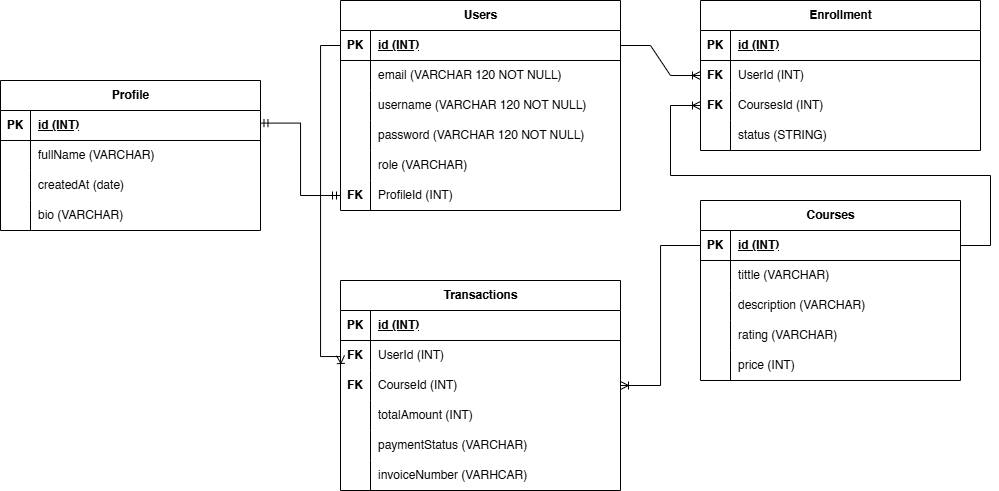
NabhanRI/pair-project keeps this draw.io diagram as ERD.drawio.png. Above is the earlier version. Source tidied: cells renumbered, new cells last; positions are measured from the earlier drawing's top-left corner, leaving out a move shared by most shapes. Source of this version:
```xml
<mxGraphModel>
  <root>
    <mxCell id="0" />
    <mxCell id="1" parent="0" />
    <mxCell id="2" value="Users" style="shape=table;startSize=30;rowLines=0;fontStyle=1;align=center;html=1;" parent="1" vertex="1">
      <mxGeometry x="340" width="280" height="210" as="geometry" />
    </mxCell>
    <mxCell id="3" style="shape=tableRow;horizontal=0;startSize=0;swimlaneHead=0;swimlaneBody=0;fillColor=none;points=[[0,0.5],[1,0.5]];portConstraint=eastwest;top=0;left=0;right=0;bottom=1;" parent="2" vertex="1">
      <mxGeometry y="30" width="280" height="30" as="geometry" />
    </mxCell>
    <mxCell id="4" value="PK" style="shape=partialRectangle;fillColor=none;top=0;left=0;bottom=0;right=0;fontStyle=1;overflow=hidden;whiteSpace=wrap;html=1;" parent="3" vertex="1">
      <mxGeometry width="30" height="30" as="geometry" />
    </mxCell>
    <mxCell id="5" value="id (INT)" style="shape=partialRectangle;fillColor=none;top=0;left=0;bottom=0;right=0;align=left;spacingLeft=6;fontStyle=5;overflow=hidden;whiteSpace=wrap;html=1;" parent="3" vertex="1">
      <mxGeometry x="30" width="250" height="30" as="geometry" />
    </mxCell>
    <mxCell id="6" style="shape=tableRow;horizontal=0;startSize=0;swimlaneHead=0;swimlaneBody=0;fillColor=none;top=0;left=0;right=0;bottom=0;" parent="2" vertex="1">
      <mxGeometry y="60" width="280" height="30" as="geometry" />
    </mxCell>
    <mxCell id="7" style="shape=partialRectangle;fillColor=none;top=0;left=0;bottom=0;right=0;overflow=hidden;whiteSpace=wrap;html=1;" parent="6" vertex="1">
      <mxGeometry width="30" height="30" as="geometry" />
    </mxCell>
    <mxCell id="8" value="email (VARCHAR 120 NOT NULL)" style="shape=partialRectangle;fillColor=none;top=0;left=0;bottom=0;right=0;align=left;spacingLeft=6;overflow=hidden;whiteSpace=wrap;html=1;" parent="6" vertex="1">
      <mxGeometry x="30" width="250" height="30" as="geometry" />
    </mxCell>
    <mxCell id="9" style="shape=tableRow;horizontal=0;startSize=0;swimlaneHead=0;swimlaneBody=0;fillColor=none;top=0;left=0;right=0;bottom=0;" parent="2" vertex="1">
      <mxGeometry y="90" width="280" height="30" as="geometry" />
    </mxCell>
    <mxCell id="10" style="shape=partialRectangle;fillColor=none;top=0;left=0;bottom=0;right=0;overflow=hidden;whiteSpace=wrap;html=1;" parent="9" vertex="1">
      <mxGeometry width="30" height="30" as="geometry" />
    </mxCell>
    <mxCell id="11" value="username (VARCHAR 120 NOT NULL)" style="shape=partialRectangle;fillColor=none;top=0;left=0;bottom=0;right=0;align=left;spacingLeft=6;overflow=hidden;whiteSpace=wrap;html=1;" parent="9" vertex="1">
      <mxGeometry x="30" width="250" height="30" as="geometry" />
    </mxCell>
    <mxCell id="12" style="shape=tableRow;horizontal=0;startSize=0;swimlaneHead=0;swimlaneBody=0;fillColor=none;top=0;left=0;right=0;bottom=0;" parent="2" vertex="1">
      <mxGeometry y="120" width="280" height="30" as="geometry" />
    </mxCell>
    <mxCell id="13" style="shape=partialRectangle;fillColor=none;top=0;left=0;bottom=0;right=0;overflow=hidden;whiteSpace=wrap;html=1;" parent="12" vertex="1">
      <mxGeometry width="30" height="30" as="geometry" />
    </mxCell>
    <mxCell id="14" value="password (VARCHAR 120 NOT NULL)" style="shape=partialRectangle;fillColor=none;top=0;left=0;bottom=0;right=0;align=left;spacingLeft=6;overflow=hidden;whiteSpace=wrap;html=1;" parent="12" vertex="1">
      <mxGeometry x="30" width="250" height="30" as="geometry" />
    </mxCell>
    <mxCell id="15" style="shape=tableRow;horizontal=0;startSize=0;swimlaneHead=0;swimlaneBody=0;fillColor=none;top=0;left=0;right=0;bottom=0;" parent="2" vertex="1">
      <mxGeometry y="150" width="280" height="30" as="geometry" />
    </mxCell>
    <mxCell id="16" style="shape=partialRectangle;fillColor=none;top=0;left=0;bottom=0;right=0;overflow=hidden;whiteSpace=wrap;html=1;" parent="15" vertex="1">
      <mxGeometry width="30" height="30" as="geometry" />
    </mxCell>
    <mxCell id="17" value="role (VARCHAR)" style="shape=partialRectangle;fillColor=none;top=0;left=0;bottom=0;right=0;align=left;spacingLeft=6;overflow=hidden;whiteSpace=wrap;html=1;" parent="15" vertex="1">
      <mxGeometry x="30" width="250" height="30" as="geometry" />
    </mxCell>
    <mxCell id="18" style="shape=tableRow;horizontal=0;startSize=0;swimlaneHead=0;swimlaneBody=0;fillColor=none;points=[[0,0.5],[1,0.5]];portConstraint=eastwest;top=0;left=0;right=0;bottom=0;" parent="2" vertex="1">
      <mxGeometry y="180" width="280" height="30" as="geometry" />
    </mxCell>
    <mxCell id="19" value="&lt;b&gt;FK&lt;/b&gt;" style="shape=partialRectangle;fillColor=none;top=0;left=0;bottom=0;right=0;overflow=hidden;whiteSpace=wrap;html=1;" parent="18" vertex="1">
      <mxGeometry width="30" height="30" as="geometry" />
    </mxCell>
    <mxCell id="20" value="ProfileId (INT)" style="shape=partialRectangle;fillColor=none;top=0;left=0;bottom=0;right=0;align=left;spacingLeft=6;overflow=hidden;whiteSpace=wrap;html=1;" parent="18" vertex="1">
      <mxGeometry x="30" width="250" height="30" as="geometry" />
    </mxCell>
    <mxCell id="21" value="Profile" style="shape=table;startSize=30;rowLines=0;fontStyle=1;align=center;html=1;" parent="1" vertex="1">
      <mxGeometry y="80" width="260" height="150" as="geometry" />
    </mxCell>
    <mxCell id="22" style="shape=tableRow;horizontal=0;startSize=0;swimlaneHead=0;swimlaneBody=0;fillColor=none;points=[[0,0.5],[1,0.5]];portConstraint=eastwest;top=0;left=0;right=0;bottom=1;" parent="21" vertex="1">
      <mxGeometry y="30" width="260" height="30" as="geometry" />
    </mxCell>
    <mxCell id="23" value="PK" style="shape=partialRectangle;fillColor=none;top=0;left=0;bottom=0;right=0;fontStyle=1;overflow=hidden;whiteSpace=wrap;html=1;" parent="22" vertex="1">
      <mxGeometry width="30" height="30" as="geometry" />
    </mxCell>
    <mxCell id="24" value="id (INT)" style="shape=partialRectangle;fillColor=none;top=0;left=0;bottom=0;right=0;align=left;spacingLeft=6;fontStyle=5;overflow=hidden;whiteSpace=wrap;html=1;" parent="22" vertex="1">
      <mxGeometry x="30" width="230" height="30" as="geometry" />
    </mxCell>
    <mxCell id="25" style="shape=tableRow;horizontal=0;startSize=0;swimlaneHead=0;swimlaneBody=0;fillColor=none;top=0;left=0;right=0;bottom=0;" parent="21" vertex="1">
      <mxGeometry y="60" width="260" height="30" as="geometry" />
    </mxCell>
    <mxCell id="26" style="shape=partialRectangle;fillColor=none;top=0;left=0;bottom=0;right=0;overflow=hidden;whiteSpace=wrap;html=1;" parent="25" vertex="1">
      <mxGeometry width="30" height="30" as="geometry" />
    </mxCell>
    <mxCell id="27" value="fullName (VARCHAR)" style="shape=partialRectangle;fillColor=none;top=0;left=0;bottom=0;right=0;align=left;spacingLeft=6;overflow=hidden;whiteSpace=wrap;html=1;" parent="25" vertex="1">
      <mxGeometry x="30" width="230" height="30" as="geometry" />
    </mxCell>
    <mxCell id="28" style="shape=tableRow;horizontal=0;startSize=0;swimlaneHead=0;swimlaneBody=0;fillColor=none;top=0;left=0;right=0;bottom=0;" parent="21" vertex="1">
      <mxGeometry y="90" width="260" height="30" as="geometry" />
    </mxCell>
    <mxCell id="29" style="shape=partialRectangle;fillColor=none;top=0;left=0;bottom=0;right=0;overflow=hidden;whiteSpace=wrap;html=1;" parent="28" vertex="1">
      <mxGeometry width="30" height="30" as="geometry" />
    </mxCell>
    <mxCell id="30" value="createdAt (date)" style="shape=partialRectangle;fillColor=none;top=0;left=0;bottom=0;right=0;align=left;spacingLeft=6;overflow=hidden;whiteSpace=wrap;html=1;" parent="28" vertex="1">
      <mxGeometry x="30" width="230" height="30" as="geometry" />
    </mxCell>
    <mxCell id="31" style="shape=tableRow;horizontal=0;startSize=0;swimlaneHead=0;swimlaneBody=0;fillColor=none;top=0;left=0;right=0;bottom=0;" parent="21" vertex="1">
      <mxGeometry y="120" width="260" height="30" as="geometry" />
    </mxCell>
    <mxCell id="32" style="shape=partialRectangle;fillColor=none;top=0;left=0;bottom=0;right=0;overflow=hidden;whiteSpace=wrap;html=1;" parent="31" vertex="1">
      <mxGeometry width="30" height="30" as="geometry" />
    </mxCell>
    <mxCell id="33" value="bio (VARCHAR)" style="shape=partialRectangle;fillColor=none;top=0;left=0;bottom=0;right=0;align=left;spacingLeft=6;overflow=hidden;whiteSpace=wrap;html=1;" parent="31" vertex="1">
      <mxGeometry x="30" width="230" height="30" as="geometry" />
    </mxCell>
    <mxCell id="34" style="edgeStyle=orthogonalEdgeStyle;rounded=0;jettySize=auto;html=1;endArrow=ERmandOne;endFill=0;startArrow=ERmandOne;startFill=0;entryX=0.998;entryY=0.42;entryDx=0;entryDy=0;entryPerimeter=0;" parent="1" edge="1" source="18" target="22">
      <mxGeometry relative="1" as="geometry" />
    </mxCell>
    <mxCell id="35" value="Courses" style="shape=table;startSize=30;rowLines=0;fontStyle=1;align=center;html=1;" parent="1" vertex="1">
      <mxGeometry x="700" y="200" width="260" height="180" as="geometry" />
    </mxCell>
    <mxCell id="36" style="shape=tableRow;horizontal=0;startSize=0;swimlaneHead=0;swimlaneBody=0;fillColor=none;points=[[0,0.5],[1,0.5]];portConstraint=eastwest;top=0;left=0;right=0;bottom=1;" parent="35" vertex="1">
      <mxGeometry y="30" width="260" height="30" as="geometry" />
    </mxCell>
    <mxCell id="37" value="PK" style="shape=partialRectangle;fillColor=none;top=0;left=0;bottom=0;right=0;fontStyle=1;overflow=hidden;whiteSpace=wrap;html=1;" parent="36" vertex="1">
      <mxGeometry width="30" height="30" as="geometry" />
    </mxCell>
    <mxCell id="38" value="id (INT)" style="shape=partialRectangle;fillColor=none;top=0;left=0;bottom=0;right=0;align=left;spacingLeft=6;fontStyle=5;overflow=hidden;whiteSpace=wrap;html=1;" parent="36" vertex="1">
      <mxGeometry x="30" width="230" height="30" as="geometry" />
    </mxCell>
    <mxCell id="39" style="shape=tableRow;horizontal=0;startSize=0;swimlaneHead=0;swimlaneBody=0;fillColor=none;top=0;left=0;right=0;bottom=0;" parent="35" vertex="1">
      <mxGeometry y="60" width="260" height="30" as="geometry" />
    </mxCell>
    <mxCell id="40" style="shape=partialRectangle;fillColor=none;top=0;left=0;bottom=0;right=0;overflow=hidden;whiteSpace=wrap;html=1;" parent="39" vertex="1">
      <mxGeometry width="30" height="30" as="geometry" />
    </mxCell>
    <mxCell id="41" value="tittle (VARCHAR)" style="shape=partialRectangle;fillColor=none;top=0;left=0;bottom=0;right=0;align=left;spacingLeft=6;overflow=hidden;whiteSpace=wrap;html=1;" parent="39" vertex="1">
      <mxGeometry x="30" width="230" height="30" as="geometry" />
    </mxCell>
    <mxCell id="42" style="shape=tableRow;horizontal=0;startSize=0;swimlaneHead=0;swimlaneBody=0;fillColor=none;top=0;left=0;right=0;bottom=0;" parent="35" vertex="1">
      <mxGeometry y="90" width="260" height="30" as="geometry" />
    </mxCell>
    <mxCell id="43" style="shape=partialRectangle;fillColor=none;top=0;left=0;bottom=0;right=0;overflow=hidden;whiteSpace=wrap;html=1;" parent="42" vertex="1">
      <mxGeometry width="30" height="30" as="geometry" />
    </mxCell>
    <mxCell id="44" value="description (VARCHAR)" style="shape=partialRectangle;fillColor=none;top=0;left=0;bottom=0;right=0;align=left;spacingLeft=6;overflow=hidden;whiteSpace=wrap;html=1;" parent="42" vertex="1">
      <mxGeometry x="30" width="230" height="30" as="geometry" />
    </mxCell>
    <mxCell id="45" style="shape=tableRow;horizontal=0;startSize=0;swimlaneHead=0;swimlaneBody=0;fillColor=none;top=0;left=0;right=0;bottom=0;" parent="35" vertex="1">
      <mxGeometry y="120" width="260" height="30" as="geometry" />
    </mxCell>
    <mxCell id="46" style="shape=partialRectangle;fillColor=none;top=0;left=0;bottom=0;right=0;overflow=hidden;whiteSpace=wrap;html=1;" parent="45" vertex="1">
      <mxGeometry width="30" height="30" as="geometry" />
    </mxCell>
    <mxCell id="47" value="rating (VARCHAR)" style="shape=partialRectangle;fillColor=none;top=0;left=0;bottom=0;right=0;align=left;spacingLeft=6;overflow=hidden;whiteSpace=wrap;html=1;" parent="45" vertex="1">
      <mxGeometry x="30" width="230" height="30" as="geometry" />
    </mxCell>
    <mxCell id="48" style="shape=tableRow;horizontal=0;startSize=0;swimlaneHead=0;swimlaneBody=0;fillColor=none;top=0;left=0;right=0;bottom=0;" parent="35" vertex="1">
      <mxGeometry y="150" width="260" height="30" as="geometry" />
    </mxCell>
    <mxCell id="49" style="shape=partialRectangle;fillColor=none;top=0;left=0;bottom=0;right=0;overflow=hidden;whiteSpace=wrap;html=1;" parent="48" vertex="1">
      <mxGeometry width="30" height="30" as="geometry" />
    </mxCell>
    <mxCell id="50" value="price (INT)" style="shape=partialRectangle;fillColor=none;top=0;left=0;bottom=0;right=0;align=left;spacingLeft=6;overflow=hidden;whiteSpace=wrap;html=1;" parent="48" vertex="1">
      <mxGeometry x="30" width="230" height="30" as="geometry" />
    </mxCell>
    <mxCell id="51" value="Enrollment" style="shape=table;startSize=30;rowLines=0;fontStyle=1;align=center;html=1;" parent="1" vertex="1">
      <mxGeometry x="700" width="280" height="150" as="geometry" />
    </mxCell>
    <mxCell id="52" style="shape=tableRow;horizontal=0;startSize=0;swimlaneHead=0;swimlaneBody=0;fillColor=none;top=0;left=0;right=0;bottom=1;" parent="51" vertex="1">
      <mxGeometry y="30" width="280" height="30" as="geometry" />
    </mxCell>
    <mxCell id="53" value="PK" style="shape=partialRectangle;fillColor=none;top=0;left=0;bottom=0;right=0;fontStyle=1;overflow=hidden;whiteSpace=wrap;html=1;" parent="52" vertex="1">
      <mxGeometry width="30" height="30" as="geometry" />
    </mxCell>
    <mxCell id="54" value="id (INT)" style="shape=partialRectangle;fillColor=none;top=0;left=0;bottom=0;right=0;align=left;spacingLeft=6;fontStyle=5;overflow=hidden;whiteSpace=wrap;html=1;" parent="52" vertex="1">
      <mxGeometry x="30" width="250" height="30" as="geometry" />
    </mxCell>
    <mxCell id="55" style="shape=tableRow;horizontal=0;startSize=0;swimlaneHead=0;swimlaneBody=0;fillColor=none;points=[[0,0.5],[1,0.5]];portConstraint=eastwest;top=0;left=0;right=0;bottom=0;" parent="51" vertex="1">
      <mxGeometry y="60" width="280" height="30" as="geometry" />
    </mxCell>
    <mxCell id="56" value="&lt;b&gt;FK&lt;/b&gt;" style="shape=partialRectangle;fillColor=none;top=0;left=0;bottom=0;right=0;overflow=hidden;whiteSpace=wrap;html=1;" parent="55" vertex="1">
      <mxGeometry width="30" height="30" as="geometry" />
    </mxCell>
    <mxCell id="57" value="UserId (INT)" style="shape=partialRectangle;fillColor=none;top=0;left=0;bottom=0;right=0;align=left;spacingLeft=6;overflow=hidden;whiteSpace=wrap;html=1;" parent="55" vertex="1">
      <mxGeometry x="30" width="250" height="30" as="geometry" />
    </mxCell>
    <mxCell id="58" style="shape=tableRow;horizontal=0;startSize=0;swimlaneHead=0;swimlaneBody=0;fillColor=none;top=0;left=0;right=0;bottom=0;" parent="51" vertex="1">
      <mxGeometry y="90" width="280" height="30" as="geometry" />
    </mxCell>
    <mxCell id="59" value="&lt;b&gt;FK&lt;/b&gt;" style="shape=partialRectangle;fillColor=none;top=0;left=0;bottom=0;right=0;overflow=hidden;whiteSpace=wrap;html=1;" parent="58" vertex="1">
      <mxGeometry width="30" height="30" as="geometry" />
    </mxCell>
    <mxCell id="60" value="CoursesId (INT)" style="shape=partialRectangle;fillColor=none;top=0;left=0;bottom=0;right=0;align=left;spacingLeft=6;overflow=hidden;whiteSpace=wrap;html=1;" parent="58" vertex="1">
      <mxGeometry x="30" width="250" height="30" as="geometry" />
    </mxCell>
    <mxCell id="61" style="shape=tableRow;horizontal=0;startSize=0;swimlaneHead=0;swimlaneBody=0;fillColor=none;top=0;left=0;right=0;bottom=0;" parent="51" vertex="1">
      <mxGeometry y="120" width="280" height="30" as="geometry" />
    </mxCell>
    <mxCell id="62" style="shape=partialRectangle;fillColor=none;top=0;left=0;bottom=0;right=0;overflow=hidden;whiteSpace=wrap;html=1;" parent="61" vertex="1">
      <mxGeometry width="30" height="30" as="geometry" />
    </mxCell>
    <mxCell id="63" value="status (STRING)" style="shape=partialRectangle;fillColor=none;top=0;left=0;bottom=0;right=0;align=left;spacingLeft=6;overflow=hidden;whiteSpace=wrap;html=1;" parent="61" vertex="1">
      <mxGeometry x="30" width="250" height="30" as="geometry" />
    </mxCell>
    <mxCell id="64" style="edgeStyle=entityRelationEdgeStyle;fontSize=12;html=1;endArrow=ERoneToMany;rounded=0;exitX=1;exitY=0.5;exitDx=0;exitDy=0;entryX=0;entryY=0.5;entryDx=0;entryDy=0;" parent="1" edge="1" source="3" target="55">
      <mxGeometry relative="1" as="geometry" />
    </mxCell>
    <mxCell id="65" style="edgeStyle=entityRelationEdgeStyle;fontSize=12;html=1;endArrow=ERoneToMany;rounded=0;exitX=1;exitY=0.5;exitDx=0;exitDy=0;" parent="1" edge="1" source="36">
      <mxGeometry relative="1" as="geometry">
        <mxPoint x="700" y="105" as="targetPoint" />
      </mxGeometry>
    </mxCell>
    <mxCell id="66" value="Transactions" style="shape=table;startSize=30;rowLines=0;fontStyle=1;align=center;html=1;" parent="1" vertex="1">
      <mxGeometry x="340" y="280" width="280" height="210" as="geometry" />
    </mxCell>
    <mxCell id="67" style="shape=tableRow;horizontal=0;startSize=0;swimlaneHead=0;swimlaneBody=0;fillColor=none;top=0;left=0;right=0;bottom=1;" parent="66" vertex="1">
      <mxGeometry y="30" width="280" height="30" as="geometry" />
    </mxCell>
    <mxCell id="68" value="PK" style="shape=partialRectangle;fillColor=none;top=0;left=0;bottom=0;right=0;fontStyle=1;overflow=hidden;whiteSpace=wrap;html=1;" parent="67" vertex="1">
      <mxGeometry width="30" height="30" as="geometry" />
    </mxCell>
    <mxCell id="69" value="id (INT)" style="shape=partialRectangle;fillColor=none;top=0;left=0;bottom=0;right=0;align=left;spacingLeft=6;fontStyle=5;overflow=hidden;whiteSpace=wrap;html=1;" parent="67" vertex="1">
      <mxGeometry x="30" width="250" height="30" as="geometry" />
    </mxCell>
    <mxCell id="70" style="shape=tableRow;horizontal=0;startSize=0;swimlaneHead=0;swimlaneBody=0;fillColor=none;top=0;left=0;right=0;bottom=0;" parent="66" vertex="1">
      <mxGeometry y="60" width="280" height="30" as="geometry" />
    </mxCell>
    <mxCell id="71" value="&lt;b&gt;FK&lt;/b&gt;" style="shape=partialRectangle;fillColor=none;top=0;left=0;bottom=0;right=0;overflow=hidden;whiteSpace=wrap;html=1;" parent="70" vertex="1">
      <mxGeometry width="30" height="30" as="geometry" />
    </mxCell>
    <mxCell id="72" value="UserId (INT)" style="shape=partialRectangle;fillColor=none;top=0;left=0;bottom=0;right=0;align=left;spacingLeft=6;overflow=hidden;whiteSpace=wrap;html=1;" parent="70" vertex="1">
      <mxGeometry x="30" width="250" height="30" as="geometry" />
    </mxCell>
    <mxCell id="73" style="shape=tableRow;horizontal=0;startSize=0;swimlaneHead=0;swimlaneBody=0;fillColor=none;points=[[0,0.5],[1,0.5]];portConstraint=eastwest;top=0;left=0;right=0;bottom=0;" parent="66" vertex="1">
      <mxGeometry y="90" width="280" height="30" as="geometry" />
    </mxCell>
    <mxCell id="74" value="&lt;b&gt;FK&lt;/b&gt;" style="shape=partialRectangle;fillColor=none;top=0;left=0;bottom=0;right=0;overflow=hidden;whiteSpace=wrap;html=1;" parent="73" vertex="1">
      <mxGeometry width="30" height="30" as="geometry" />
    </mxCell>
    <mxCell id="75" value="CourseId (INT)" style="shape=partialRectangle;fillColor=none;top=0;left=0;bottom=0;right=0;align=left;spacingLeft=6;overflow=hidden;whiteSpace=wrap;html=1;" parent="73" vertex="1">
      <mxGeometry x="30" width="250" height="30" as="geometry" />
    </mxCell>
    <mxCell id="76" style="shape=tableRow;horizontal=0;startSize=0;swimlaneHead=0;swimlaneBody=0;fillColor=none;top=0;left=0;right=0;bottom=0;" parent="66" vertex="1">
      <mxGeometry y="120" width="280" height="30" as="geometry" />
    </mxCell>
    <mxCell id="77" style="shape=partialRectangle;fillColor=none;top=0;left=0;bottom=0;right=0;overflow=hidden;whiteSpace=wrap;html=1;" parent="76" vertex="1">
      <mxGeometry width="30" height="30" as="geometry" />
    </mxCell>
    <mxCell id="78" value="totalAmount (INT)" style="shape=partialRectangle;fillColor=none;top=0;left=0;bottom=0;right=0;align=left;spacingLeft=6;overflow=hidden;whiteSpace=wrap;html=1;" parent="76" vertex="1">
      <mxGeometry x="30" width="250" height="30" as="geometry" />
    </mxCell>
    <mxCell id="79" style="shape=tableRow;horizontal=0;startSize=0;swimlaneHead=0;swimlaneBody=0;fillColor=none;top=0;left=0;right=0;bottom=0;" parent="66" vertex="1">
      <mxGeometry y="150" width="280" height="30" as="geometry" />
    </mxCell>
    <mxCell id="80" style="shape=partialRectangle;fillColor=none;top=0;left=0;bottom=0;right=0;overflow=hidden;whiteSpace=wrap;html=1;" parent="79" vertex="1">
      <mxGeometry width="30" height="30" as="geometry" />
    </mxCell>
    <mxCell id="81" value="paymentStatus (VARCHAR)" style="shape=partialRectangle;fillColor=none;top=0;left=0;bottom=0;right=0;align=left;spacingLeft=6;overflow=hidden;whiteSpace=wrap;html=1;" parent="79" vertex="1">
      <mxGeometry x="30" width="250" height="30" as="geometry" />
    </mxCell>
    <mxCell id="82" style="shape=tableRow;horizontal=0;startSize=0;swimlaneHead=0;swimlaneBody=0;fillColor=none;top=0;left=0;right=0;bottom=0;" parent="66" vertex="1">
      <mxGeometry y="180" width="280" height="30" as="geometry" />
    </mxCell>
    <mxCell id="83" style="shape=partialRectangle;fillColor=none;top=0;left=0;bottom=0;right=0;overflow=hidden;whiteSpace=wrap;html=1;" parent="82" vertex="1">
      <mxGeometry width="30" height="30" as="geometry" />
    </mxCell>
    <mxCell id="84" value="invoiceNumber (VARHCAR)" style="shape=partialRectangle;fillColor=none;top=0;left=0;bottom=0;right=0;align=left;spacingLeft=6;overflow=hidden;whiteSpace=wrap;html=1;" parent="82" vertex="1">
      <mxGeometry x="30" width="250" height="30" as="geometry" />
    </mxCell>
    <mxCell id="85" style="edgeStyle=orthogonalEdgeStyle;rounded=0;jettySize=auto;html=1;entryX=1;entryY=0.5;entryDx=0;entryDy=0;endArrow=ERoneToMany;endFill=0;" parent="1" edge="1" source="36" target="73">
      <mxGeometry relative="1" as="geometry" />
    </mxCell>
    <mxCell id="86" style="edgeStyle=orthogonalEdgeStyle;rounded=0;jettySize=auto;html=1;endArrow=ERoneToMany;endFill=0;" parent="1" edge="1" source="3">
      <mxGeometry relative="1" as="geometry">
        <mxPoint x="340" y="355" as="targetPoint" />
        <Array as="points">
          <mxPoint x="320" y="45" />
          <mxPoint x="320" y="356" />
        </Array>
      </mxGeometry>
    </mxCell>
  </root>
</mxGraphModel>
```
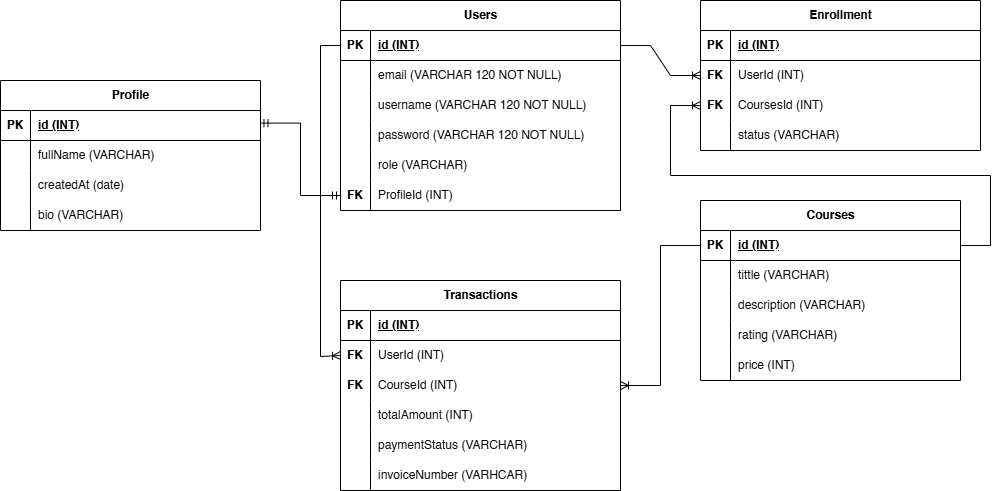
Later version of the same file.

The edit, as a diff of the source:
```diff
@@ -185,7 +185,7 @@
     <mxCell id="62" style="shape=partialRectangle;fillColor=none;top=0;left=0;bottom=0;right=0;overflow=hidden;whiteSpace=wrap;html=1;" parent="61" vertex="1">
       <mxGeometry width="30" height="30" as="geometry" />
     </mxCell>
-    <mxCell id="63" value="status (STRING)" style="shape=partialRectangle;fillColor=none;top=0;left=0;bottom=0;right=0;align=left;spacingLeft=6;overflow=hidden;whiteSpace=wrap;html=1;" parent="61" vertex="1">
+    <mxCell id="63" value="status (VARCHAR)" style="shape=partialRectangle;fillColor=none;top=0;left=0;bottom=0;right=0;align=left;spacingLeft=6;overflow=hidden;whiteSpace=wrap;html=1;" parent="61" vertex="1">
       <mxGeometry x="30" width="250" height="30" as="geometry" />
     </mxCell>
     <mxCell id="64" style="edgeStyle=entityRelationEdgeStyle;fontSize=12;html=1;endArrow=ERoneToMany;rounded=0;exitX=1;exitY=0.5;exitDx=0;exitDy=0;entryX=0;entryY=0.5;entryDx=0;entryDy=0;" parent="1" edge="1" source="3" target="55">
```
